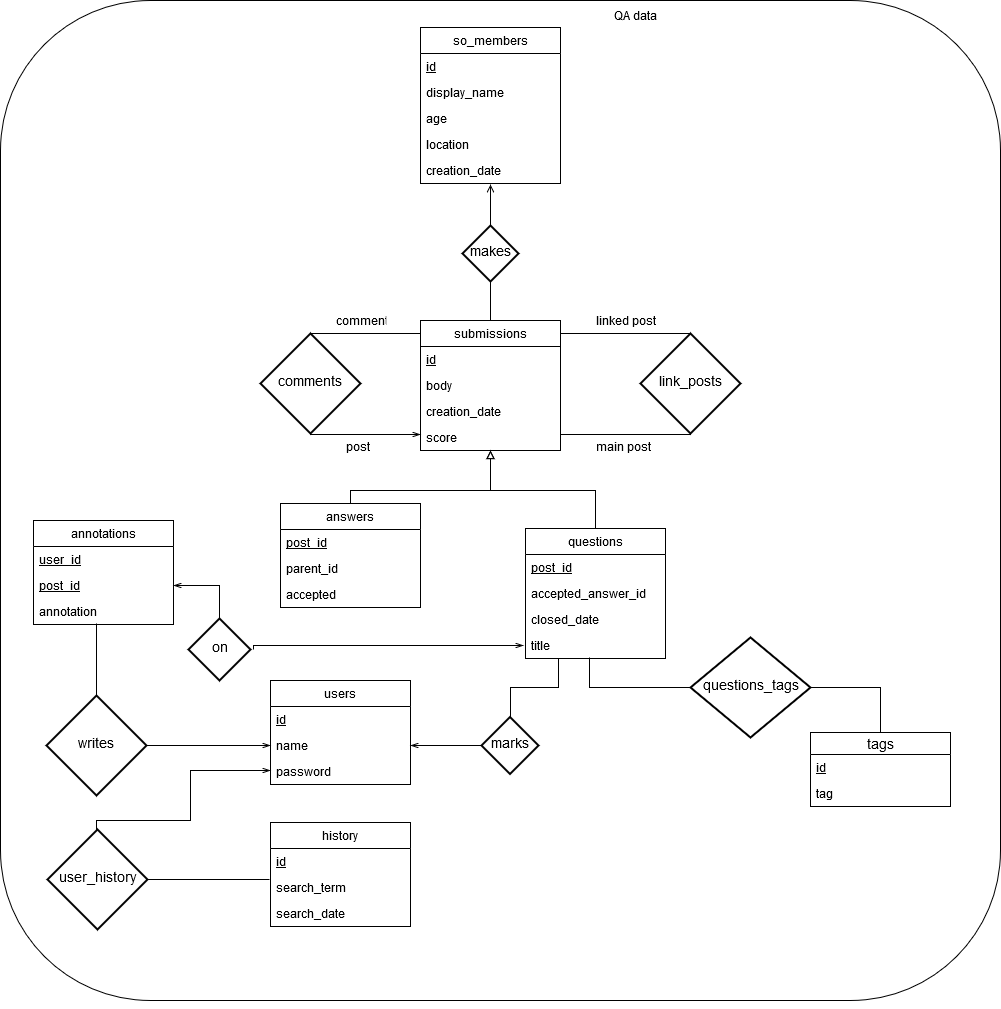
ivanspajic/SOVA keeps this draw.io diagram as uml.png. Above is the earlier version. Source tidied: cells renumbered, new cells last; positions are measured from the earlier drawing's top-left corner, leaving out a move shared by most shapes.
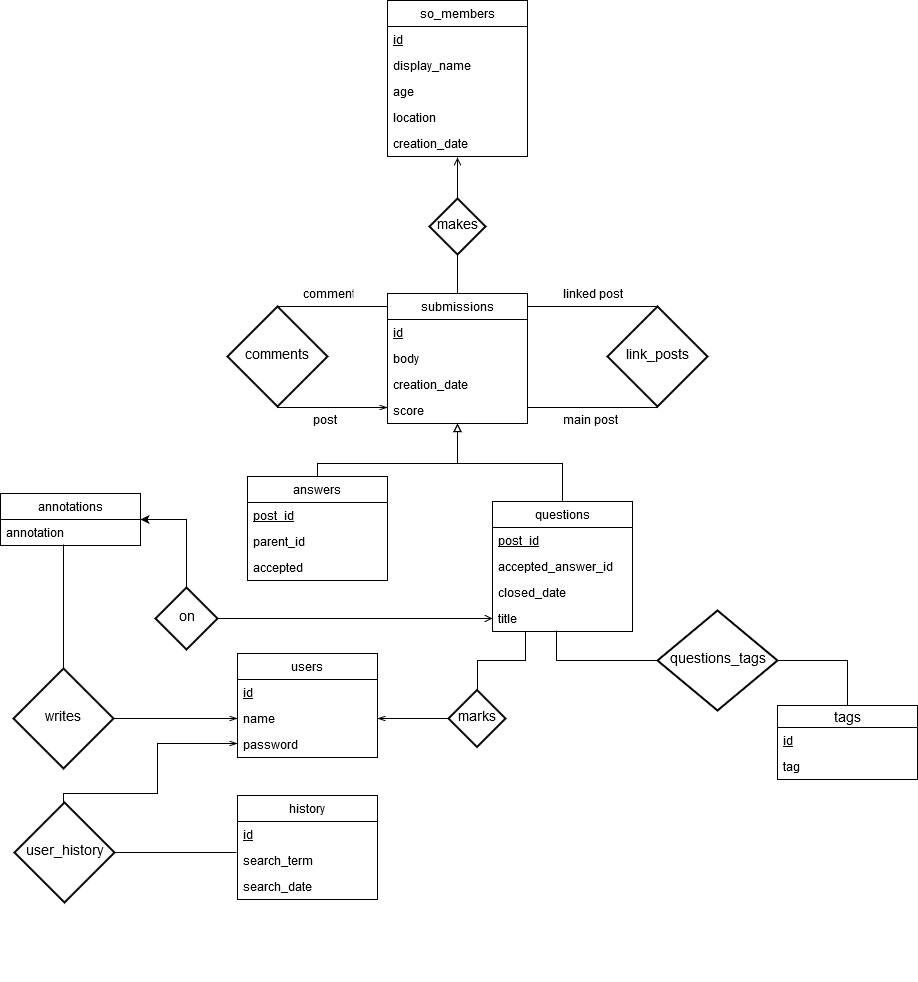
The same diagram one commit later.

Change to the diagram source:
```diff
@@ -2,9 +2,6 @@
   <root>
     <mxCell id="0" />
     <mxCell id="1" parent="0" />
-    <mxCell id="2" style="rounded=1;whiteSpace=wrap;html=1;fillColor=none;" parent="1" vertex="1">
-      <mxGeometry width="1000" height="1000" as="geometry" />
-    </mxCell>
     <mxCell id="3" value="submissions" style="swimlane;fontStyle=0;horizontal=1;startSize=26;fillColor=none;" parent="1" vertex="1">
       <mxGeometry x="420" y="320" width="140" height="130" as="geometry" />
     </mxCell>
@@ -82,9 +79,6 @@
     <mxCell id="24" value="accepted" style="text;strokeColor=none;fillColor=none;align=left;verticalAlign=top;spacingLeft=4;spacingRight=4;overflow=hidden;" parent="21" vertex="1">
       <mxGeometry y="78" width="140" height="26" as="geometry" />
     </mxCell>
-    <mxCell id="25" value="QA data model" style="text;html=1;strokeColor=none;fillColor=none;align=center;verticalAlign=middle;whiteSpace=wrap;rounded=0;" parent="1" vertex="1">
-      <mxGeometry x="580" y="7" width="110" height="20" as="geometry" />
-    </mxCell>
     <mxCell id="26" value="tags" style="swimlane;fontStyle=0;horizontal=1;startSize=22;fillColor=none;swimlaneFillColor=#ffffff;align=center;fontSize=14;" parent="1" vertex="1">
       <mxGeometry x="810" y="732" width="140" height="74" as="geometry" />
     </mxCell>
@@ -94,8 +88,11 @@
     <mxCell id="28" value="tag" style="text;strokeColor=none;fillColor=none;spacingLeft=4;spacingRight=4;overflow=hidden;fontSize=12;" parent="26" vertex="1">
       <mxGeometry y="48" width="140" height="26" as="geometry" />
     </mxCell>
-    <mxCell id="29" style="edgeStyle=orthogonalEdgeStyle;rounded=0;orthogonalLoop=1;jettySize=auto;html=1;exitX=0.5;exitY=1;exitDx=0;exitDy=0;" parent="1" edge="1" source="2" target="2">
-      <mxGeometry relative="1" as="geometry" />
+    <mxCell id="29" style="edgeStyle=orthogonalEdgeStyle;rounded=0;orthogonalLoop=1;jettySize=auto;html=1;exitX=0.5;exitY=1;exitDx=0;exitDy=0;" parent="1" edge="1">
+      <mxGeometry relative="1" as="geometry">
+        <mxPoint x="500" y="1000" as="sourcePoint" />
+        <mxPoint x="500" y="1000" as="targetPoint" />
+      </mxGeometry>
     </mxCell>
     <mxCell id="30" value="users" style="swimlane;fontStyle=0;horizontal=1;startSize=26;fillColor=none;" parent="1" vertex="1">
       <mxGeometry x="270" y="680" width="140" height="104" as="geometry" />
@@ -122,16 +119,10 @@
       <mxGeometry y="78" width="140" height="26" as="geometry" />
     </mxCell>
     <mxCell id="38" value="annotations" style="swimlane;fontStyle=0;horizontal=1;startSize=26;fillColor=none;" parent="1" vertex="1">
-      <mxGeometry x="33" y="520" width="140" height="104" as="geometry" />
+      <mxGeometry x="33" y="520" width="140" height="52" as="geometry" />
     </mxCell>
-    <mxCell id="39" value="user_id" style="text;strokeColor=none;fillColor=none;align=left;verticalAlign=top;spacingLeft=4;spacingRight=4;overflow=hidden;fontStyle=4;" parent="38" vertex="1">
-      <mxGeometry y="26" width="140" height="26" as="geometry" />
-    </mxCell>
-    <mxCell id="40" value="post_id" style="text;strokeColor=none;fillColor=none;align=left;verticalAlign=top;spacingLeft=4;spacingRight=4;overflow=hidden;points=[[0,0.5],[1,0.5]];portConstraint=eastwest;fontStyle=4;" parent="38" vertex="1">
-      <mxGeometry y="52" width="140" height="26" as="geometry" />
-    </mxCell>
     <mxCell id="41" value="annotation" style="text;strokeColor=none;fillColor=none;align=left;verticalAlign=top;spacingLeft=4;spacingRight=4;overflow=hidden;points=[[0,0.5],[1,0.5]];portConstraint=eastwest;" parent="38" vertex="1">
-      <mxGeometry y="78" width="140" height="26" as="geometry" />
+      <mxGeometry y="26" width="140" height="26" as="geometry" />
     </mxCell>
     <mxCell id="42" style="edgeStyle=orthogonalEdgeStyle;rounded=0;jettySize=auto;html=1;entryX=0.457;entryY=0.962;entryDx=0;entryDy=0;entryPerimeter=0;startArrow=none;startFill=0;endArrow=none;endFill=0;" parent="1" edge="1" source="44" target="19">
       <mxGeometry relative="1" as="geometry" />
@@ -225,20 +216,14 @@
     <mxCell id="60" style="edgeStyle=orthogonalEdgeStyle;rounded=0;jettySize=auto;html=1;entryX=1;entryY=0.5;entryDx=0;entryDy=0;startArrow=openThin;startFill=0;endArrow=none;endFill=0;" parent="1" edge="1" source="32" target="59">
       <mxGeometry relative="1" as="geometry" />
     </mxCell>
-    <mxCell id="61" style="edgeStyle=orthogonalEdgeStyle;rounded=0;orthogonalLoop=1;jettySize=auto;html=1;startArrow=none;startFill=0;endArrow=openThin;endFill=0;" parent="1" edge="1">
-      <mxGeometry relative="1" as="geometry">
-        <mxPoint x="253" y="649" as="sourcePoint" />
-        <mxPoint x="523" y="645" as="targetPoint" />
-        <Array as="points">
-          <mxPoint x="253" y="645" />
-        </Array>
-      </mxGeometry>
-    </mxCell>
-    <mxCell id="62" style="edgeStyle=orthogonalEdgeStyle;rounded=0;jettySize=auto;html=1;entryX=1;entryY=0.5;entryDx=0;entryDy=0;startArrow=none;startFill=0;endArrow=openThin;endFill=0;" parent="1" edge="1" source="63" target="40">
-      <mxGeometry relative="1" as="geometry" />
-    </mxCell>
+    <mxCell id="70" style="edgeStyle=orthogonalEdgeStyle;rounded=0;jettySize=auto;html=1;entryX=1;entryY=0.5;entryDx=0;entryDy=0;startArrow=none;startFill=0;endArrow=classic;endFill=1;exitX=0.5;exitY=0;exitDx=0;exitDy=0;" parent="1" edge="1" source="63" target="38">
+      <mxGeometry relative="1" as="geometry" />
+    </mxCell>
+    <mxCell id="71" style="edgeStyle=orthogonalEdgeStyle;rounded=0;jettySize=auto;html=1;entryX=0;entryY=0.5;entryDx=0;entryDy=0;startArrow=none;startFill=0;endArrow=open;endFill=0;" parent="1" edge="1" source="63" target="19">
+      <mxGeometry relative="1" as="geometry" />
+    </mxCell>
     <mxCell id="63" value="on" style="shape=rhombus;strokeWidth=2;fontSize=17;perimeter=rhombusPerimeter;whiteSpace=wrap;html=1;align=center;fontSize=14;" parent="1" vertex="1">
-      <mxGeometry x="188" y="618" width="62" height="62" as="geometry" />
+      <mxGeometry x="188" y="614" width="62" height="62" as="geometry" />
     </mxCell>
     <mxCell id="64" style="edgeStyle=orthogonalEdgeStyle;rounded=0;jettySize=auto;html=1;startArrow=none;startFill=0;endArrow=openThin;endFill=0;" parent="1" edge="1" source="66" target="32">
       <mxGeometry relative="1" as="geometry" />
```
